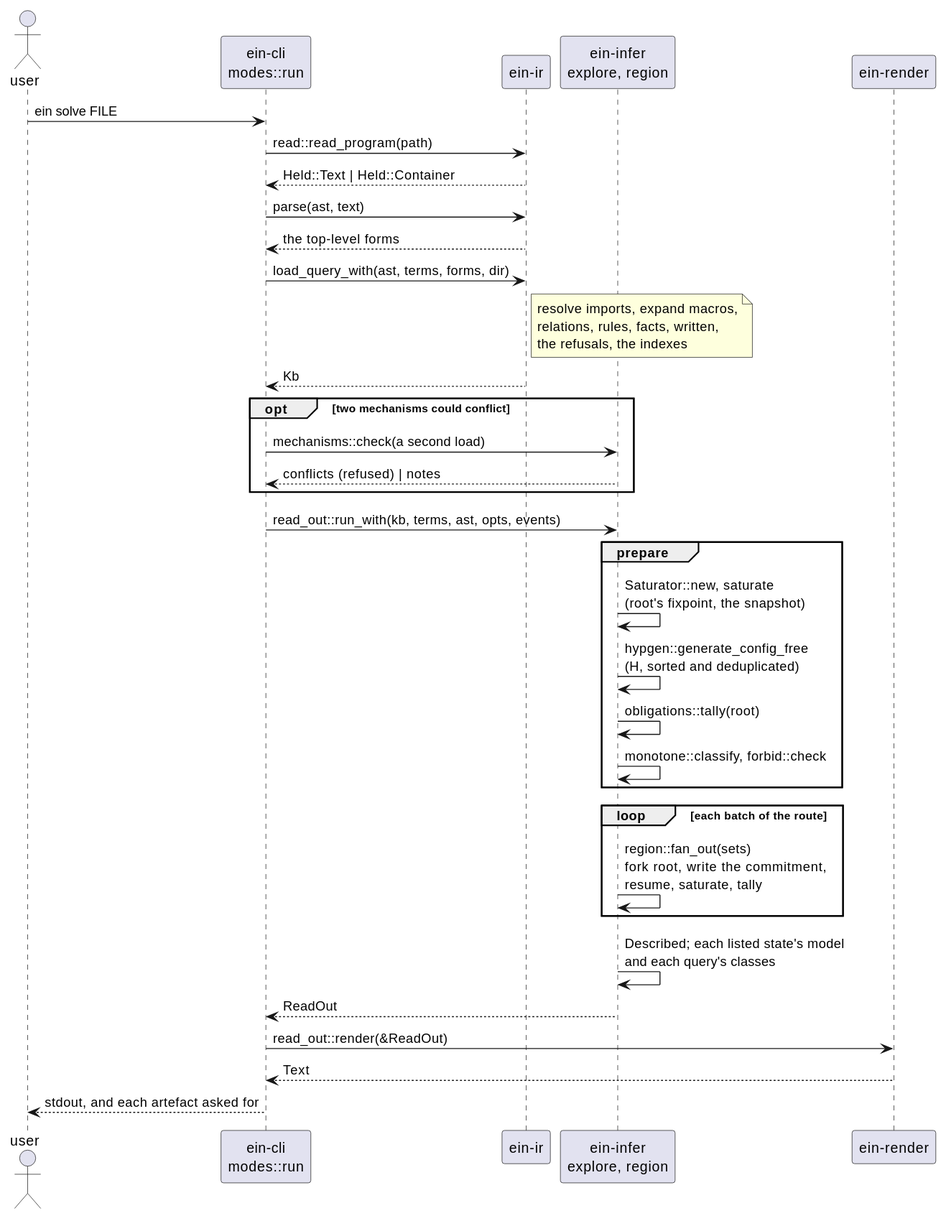
agutikov/ein keeps this PlantUML diagram as docs/ein/ein.rs/diagrams/01-solve-calls.svg. Above is the earlier version. Its source is kept beside it as docs/ein/ein.rs/diagrams/01-solve-calls.puml. The source it was exported from:
```plantuml
@startuml
actor user
participant "ein-cli\nmodes::run" as cli
participant "ein-ir" as ir
participant "ein-infer\nexplore, region" as infer
participant "ein-render" as render

user -> cli : ein solve FILE
cli -> ir : read::read_program(path)
ir --> cli : Held::Text | Held::Container
cli -> ir : parse(ast, text)
ir --> cli : the top-level forms
cli -> ir : load_query_with(ast, terms, forms, dir)
note right of ir
  resolve imports, expand macros,
  relations, rules, facts, written,
  the refusals, the indexes
end note
ir --> cli : Kb
opt two mechanisms could conflict
  cli -> infer : mechanisms::check(a second load)
  infer --> cli : conflicts (refused) | notes
end
cli -> infer : read_out::run_with(kb, terms, ast, opts, events)
group prepare
  infer -> infer : Saturator::new, saturate\n(root's fixpoint, the snapshot)
  infer -> infer : hypgen::generate_config_free\n(H, sorted and deduplicated)
  infer -> infer : obligations::tally(root)
  infer -> infer : monotone::classify, forbid::check
end
loop each batch of the route
  infer -> infer : region::fan_out(sets)\nfork root, write the commitment,\nresume, saturate, tally
end
infer -> infer : Described; each listed state's model\nand each query's classes
infer --> cli : ReadOut
cli -> render : read_out::render(&ReadOut)
render --> cli : Text
cli --> user : stdout, and each artefact asked for
@enduml
```
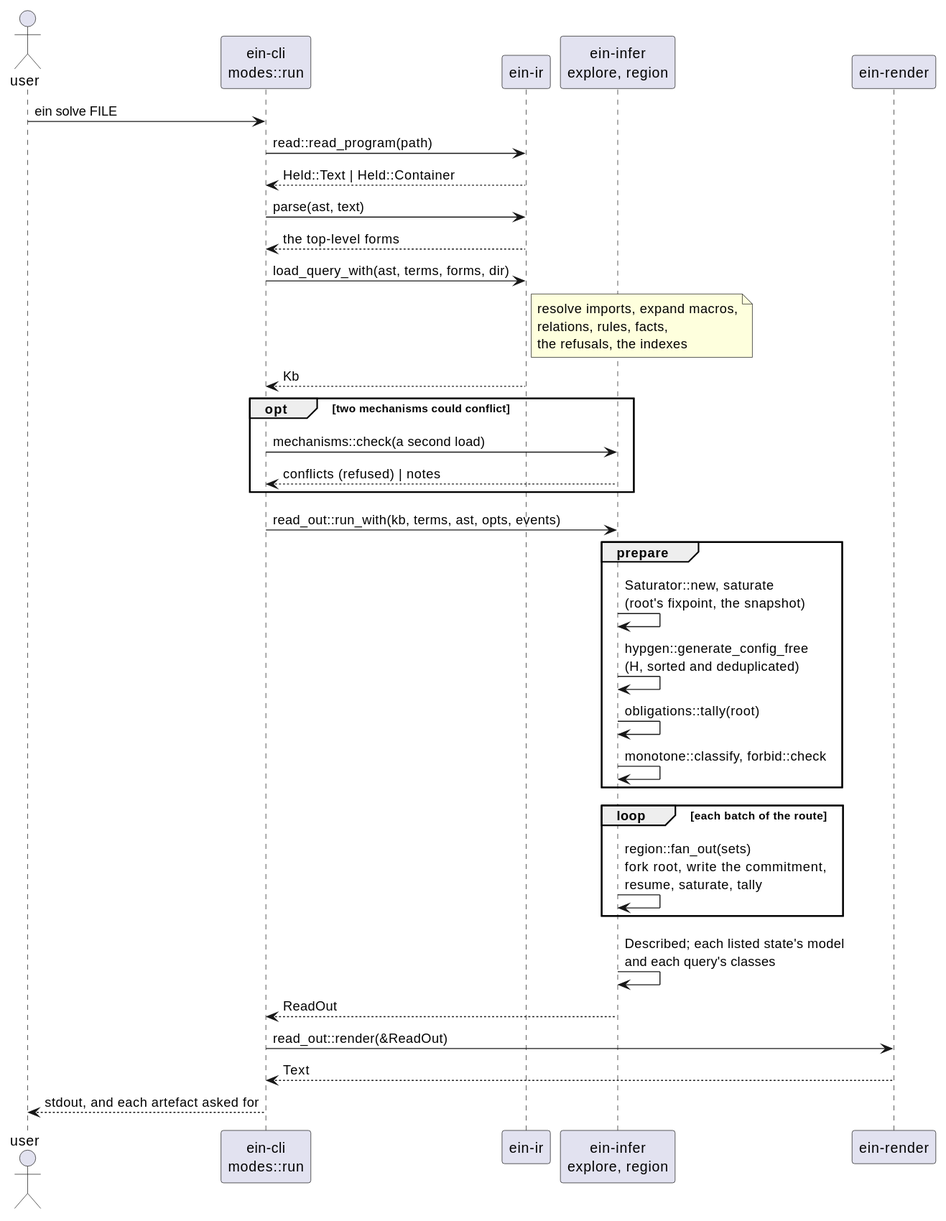
The same file after the commit.

Change to the diagram source:
```diff
@@ -13,7 +13,7 @@
 cli -> ir : load_query_with(ast, terms, forms, dir)
 note right of ir
   resolve imports, expand macros,
-  relations, rules, facts, written,
+  relations, rules, facts,
   the refusals, the indexes
 end note
 ir --> cli : Kb
```
